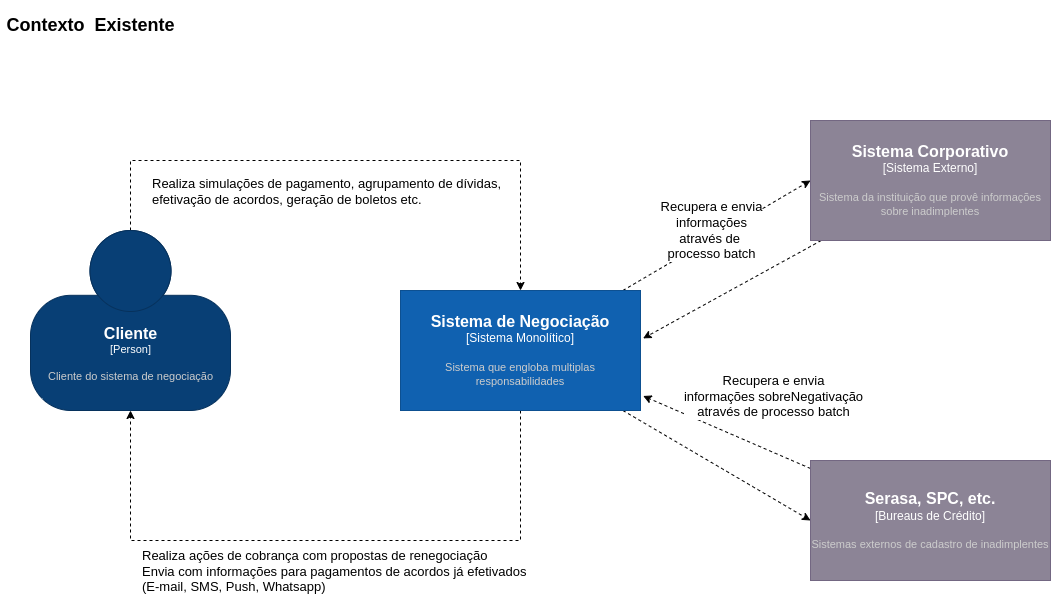
Above: docs/proposed-context.png in patrickcoutinho/debts-negotiation-case (draw.io), before the change. Source tidied: cells renumbered, new cells last; positions are measured from the earlier drawing's top-left corner, leaving out a move shared by most shapes.
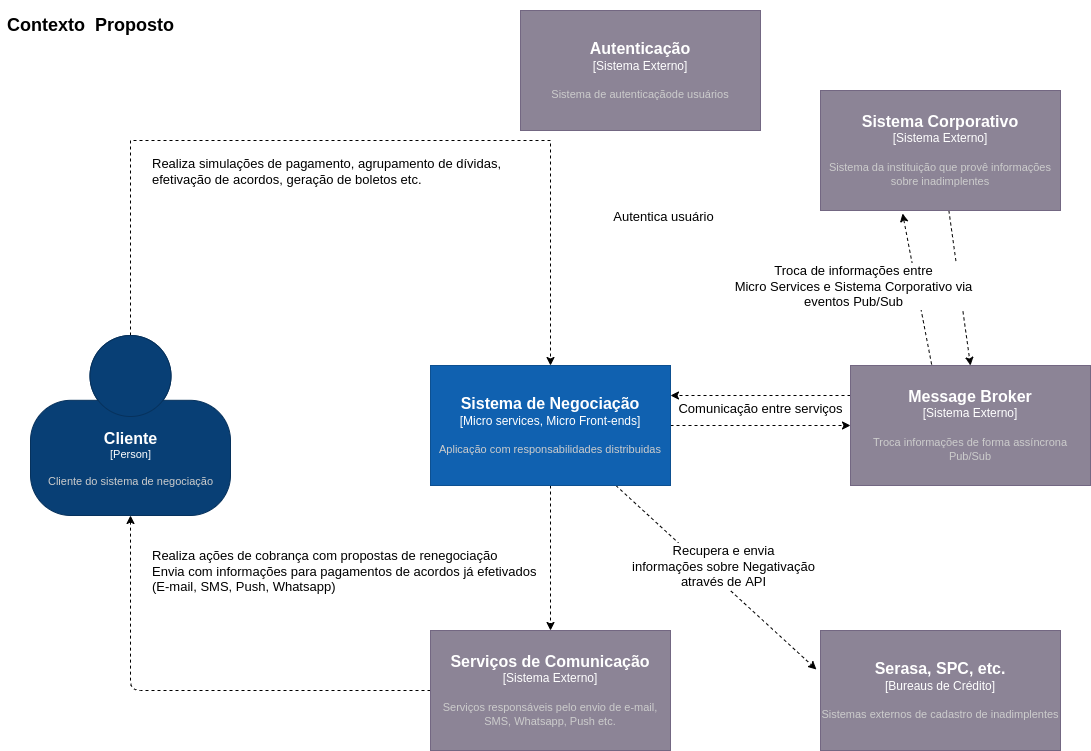
The same file after the commit.

Change to the diagram source:
```diff
@@ -24,6 +24,9 @@
     <mxCell id="6" style="edgeStyle=none;html=1;entryX=0.5;entryY=0;entryDx=0;entryDy=0;entryPerimeter=0;dashed=1;" parent="1" edge="1" source="7" target="18">
       <mxGeometry relative="1" as="geometry" />
     </mxCell>
+    <mxCell id="21" style="edgeStyle=none;html=1;entryX=0.446;entryY=1.017;entryDx=0;entryDy=0;entryPerimeter=0;dashed=1;fontSize=13;strokeColor=#FFFFFF;" parent="1" edge="1" source="7" target="22">
+      <mxGeometry relative="1" as="geometry" />
+    </mxCell>
     <object id="7" label="&lt;font style=&quot;font-size: 16px&quot;&gt;&lt;b&gt;%c4Name%&lt;/b&gt;&lt;/font&gt;&lt;div&gt;[%c4Type%]&lt;/div&gt;&lt;br&gt;&lt;div&gt;&lt;font style=&quot;font-size: 11px&quot;&gt;&lt;font color=&quot;#cccccc&quot;&gt;%c4Description%&lt;/font&gt;&lt;/div&gt;" c4Description="Aplicação com responsabilidades distribuidas" c4Name="Sistema de Negociação" c4Type="Micro services, Micro Front-ends" placeholders="1">
       <mxCell style="rounded=0;whiteSpace=wrap;html=1;labelBackgroundColor=none;fillColor=#1061B0;fontColor=#ffffff;align=center;arcSize=10;strokeColor=#0D5091;points=[[0.25,0,0],[0.5,0,0],[0.75,0,0],[1,0.25,0],[1,0.5,0],[1,0.75,0],[0.75,1,0],[0.5,1,0],[0.25,1,0],[0,0.75,0],[0,0.5,0],[0,0.25,0]];" parent="1" vertex="1">
         <mxGeometry x="430" y="365" width="240" height="120" as="geometry" />
@@ -45,11 +48,6 @@
         <mxGeometry x="820" y="630" width="240" height="120" as="geometry" />
       </mxCell>
     </object>
-    <mxCell id="12" value="Troca de informações entre&lt;br&gt;Micro Services e Sistema Corporativo via&lt;br&gt;eventos Pub/Sub" style="edgeLabel;html=1;align=center;verticalAlign=middle;fontSize=13;rounded=0;" parent="1" vertex="1">
-      <mxGeometry x="820" y="40" as="geometry">
-        <mxPoint x="-8" y="246" as="offset" />
-      </mxGeometry>
-    </mxCell>
     <mxCell id="13" value="&lt;h2&gt;&lt;b&gt;Contexto&amp;nbsp; Proposto&lt;/b&gt;&lt;/h2&gt;" style="text;html=1;align=center;verticalAlign=middle;fillColor=default;gradientColor=none;" parent="1" vertex="1">
       <mxGeometry width="180" height="50" as="geometry" />
     </mxCell>
@@ -61,7 +59,7 @@
     </mxCell>
     <object id="16" label="&lt;font style=&quot;font-size: 16px&quot;&gt;&lt;b&gt;%c4Name%&lt;/b&gt;&lt;/font&gt;&lt;div&gt;[%c4Type%]&lt;/div&gt;&lt;br&gt;&lt;div&gt;&lt;font style=&quot;font-size: 11px&quot;&gt;&lt;font color=&quot;#cccccc&quot;&gt;%c4Description%&lt;/font&gt;&lt;/div&gt;" c4Description="Troca informações de forma assíncrona Pub/Sub" c4Name="Message Broker" c4Type="Sistema Externo" placeholders="1">
       <mxCell style="rounded=0;whiteSpace=wrap;html=1;labelBackgroundColor=none;fillColor=#8C8496;fontColor=#ffffff;align=center;arcSize=10;strokeColor=#736782;points=[[0.25,0,0],[0.5,0,0],[0.75,0,0],[1,0.25,0],[1,0.5,0],[1,0.75,0],[0.75,1,0],[0.5,1,0],[0.25,1,0],[0,0.75,0],[0,0.5,0],[0,0.25,0]];" parent="1" vertex="1">
-        <mxGeometry x="820" y="365" width="240" height="120" as="geometry" />
+        <mxGeometry x="850" y="365" width="240" height="120" as="geometry" />
       </mxCell>
     </object>
     <mxCell id="17" style="edgeStyle=none;html=1;dashed=1;entryX=0.5;entryY=1;entryDx=0;entryDy=0;entryPerimeter=0;" parent="1" edge="1" source="18" target="3">
@@ -84,5 +82,25 @@
     <mxCell id="20" value="Realiza ações de cobrança com propostas de renegociação&lt;br&gt;&lt;div&gt;Envia com informações para pagamentos de acordos já efetivados&lt;/div&gt;&lt;div&gt;(E-mail, SMS, Push, Whatsapp)&lt;/div&gt;" style="edgeLabel;html=1;align=left;verticalAlign=middle;fontSize=13;rounded=0;" parent="1" vertex="1">
       <mxGeometry x="150" y="570" as="geometry" />
     </mxCell>
+    <object id="22" label="&lt;font style=&quot;font-size: 16px&quot;&gt;&lt;b&gt;%c4Name%&lt;/b&gt;&lt;/font&gt;&lt;div&gt;[%c4Type%]&lt;/div&gt;&lt;br&gt;&lt;div&gt;&lt;font style=&quot;font-size: 11px&quot;&gt;&lt;font color=&quot;#cccccc&quot;&gt;%c4Description%&lt;/font&gt;&lt;/div&gt;" c4Description="Sistema de autenticaçãode usuários" c4Name="Autenticação" c4Type="Sistema Externo" placeholders="1">
+      <mxCell style="rounded=0;whiteSpace=wrap;html=1;labelBackgroundColor=none;fillColor=#8C8496;fontColor=#ffffff;align=center;arcSize=10;strokeColor=#736782;points=[[0.25,0,0],[0.5,0,0],[0.75,0,0],[1,0.25,0],[1,0.5,0],[1,0.75,0],[0.75,1,0],[0.5,1,0],[0.25,1,0],[0,0.75,0],[0,0.5,0],[0,0.25,0]];" parent="1" vertex="1">
+        <mxGeometry x="520" y="10" width="240" height="120" as="geometry" />
+      </mxCell>
+    </object>
+    <mxCell id="12" value="Troca de informações entre&lt;br&gt;Micro Services e Sistema Corporativo via&lt;br&gt;eventos Pub/Sub" style="edgeLabel;html=1;align=center;verticalAlign=middle;fontSize=13;rounded=0;" parent="1" vertex="1">
+      <mxGeometry x="860" y="40" as="geometry">
+        <mxPoint x="-8" y="246" as="offset" />
+      </mxGeometry>
+    </mxCell>
+    <mxCell id="23" value="Autentica usuário" style="edgeLabel;html=1;align=center;verticalAlign=middle;fontSize=13;rounded=0;" parent="1" vertex="1">
+      <mxGeometry x="670" y="-30" as="geometry">
+        <mxPoint x="-8" y="246" as="offset" />
+      </mxGeometry>
+    </mxCell>
+    <mxCell id="24" value="Comunicação entre serviços" style="edgeLabel;html=1;align=center;verticalAlign=middle;fontSize=13;rounded=0;" parent="1" vertex="1">
+      <mxGeometry x="767" y="162" as="geometry">
+        <mxPoint x="-8" y="246" as="offset" />
+      </mxGeometry>
+    </mxCell>
   </root>
 </mxGraphModel>
```
